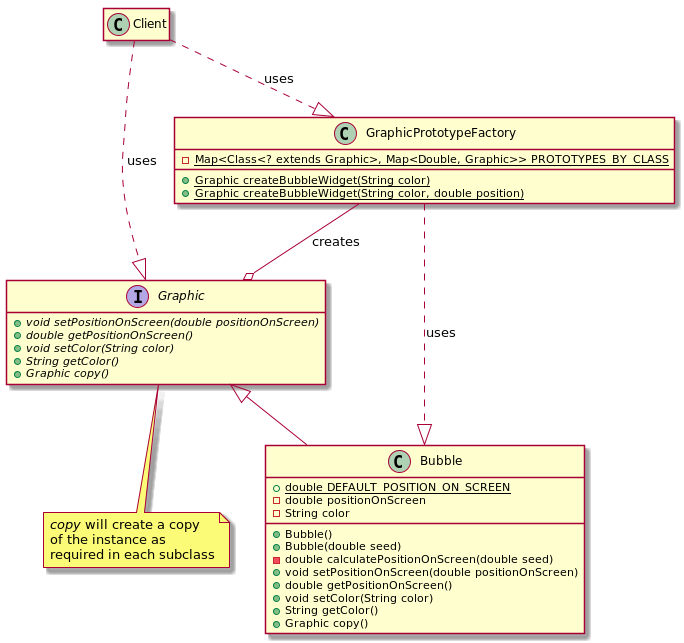
This is DesignPatternsElementsOfReusableObjectOrientesSoftware/Chapter03/Prototype/image/code_class_design.png from lealceldeiro/gems, a PlantUML export, as it was before one commit.
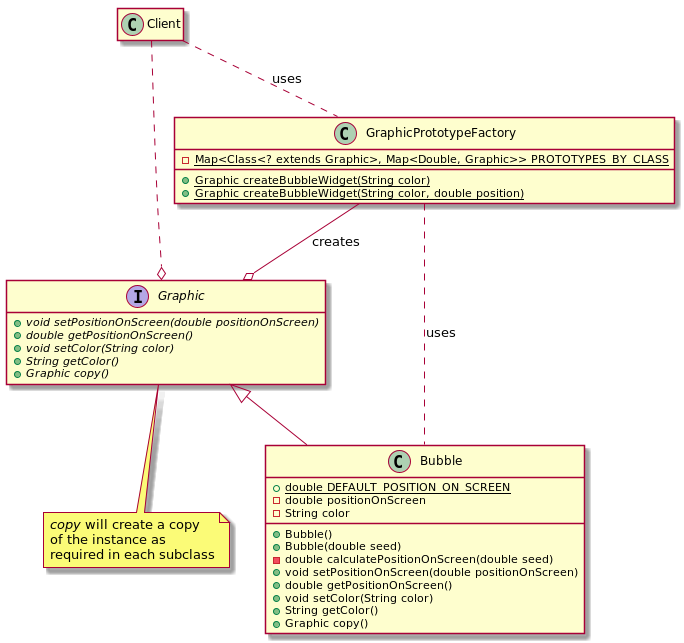
The same file after the commit.

Commit message:
Update class diagram to match UML notation

Diff of the diagram source:
```diff
@@ -32,12 +32,12 @@
 }
 
 GraphicPrototypeFactory --o Graphic : creates
-GraphicPrototypeFactory ..|> Bubble : uses
+GraphicPrototypeFactory .. Bubble : uses
 
 class Client
 
-Client ..|> Graphic : uses
-Client ..|> GraphicPrototypeFactory : uses
+Client ..o Graphic
+Client .. GraphicPrototypeFactory : uses
 
 hide empty members
 @enduml
```
